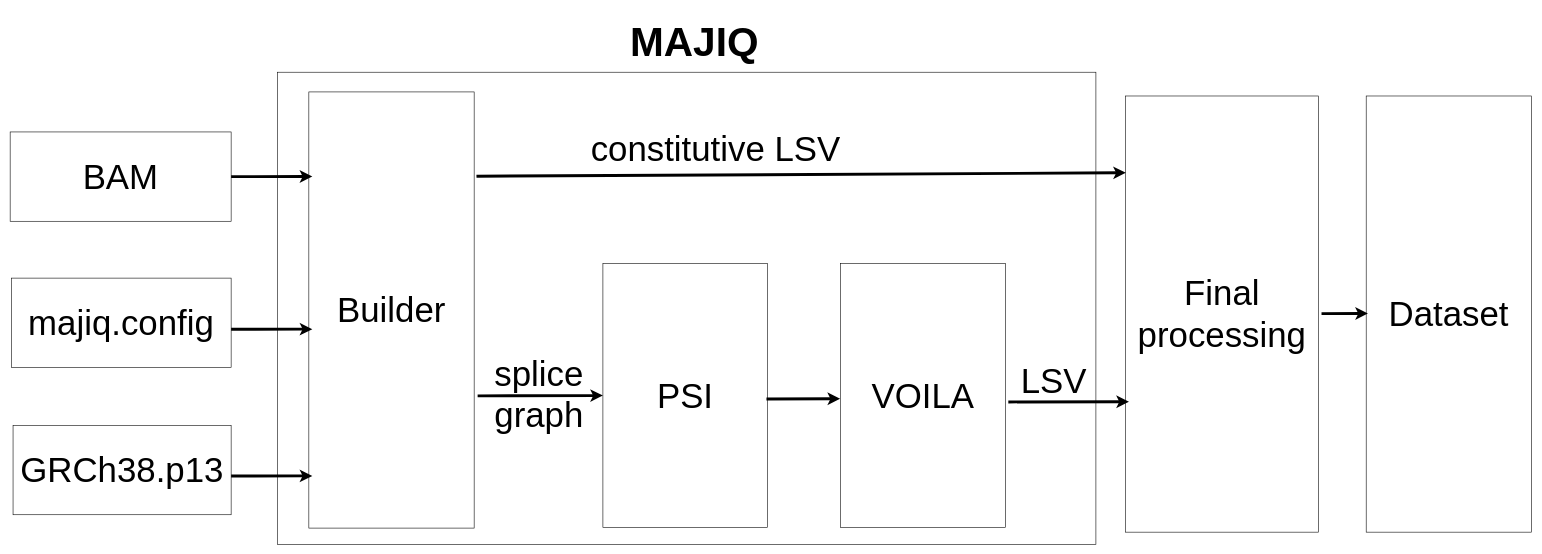
arnegebert/splicing keeps this draw.io diagram as page "MAJIQ" (4 of 6) of visualizations/ch4-methods/visualizations.drawio. Above is the earlier version. Source tidied: cells renumbered, new cells numbered last; positions are measured from the earlier drawing's top-left corner, leaving out a move shared by most shapes. Both pictures are drawn from the tidied source at 58%, with x=0, y=0 at pixel (10, 10).
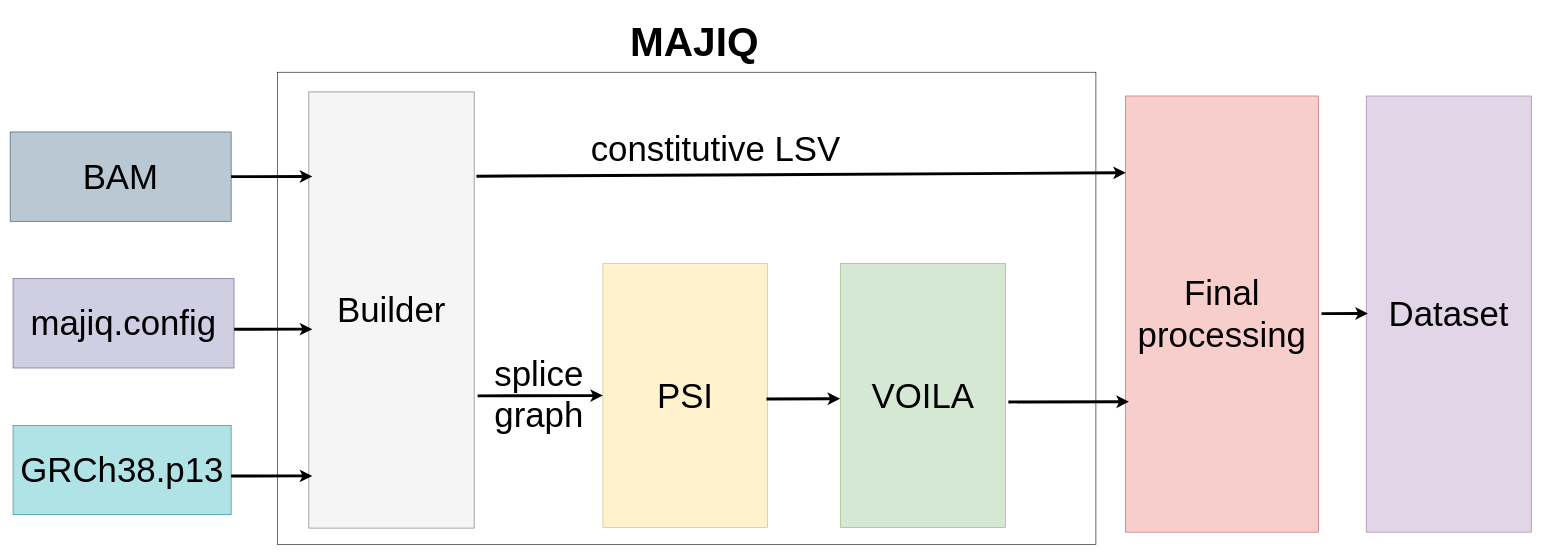
The same diagram, later.

Change to the diagram source:
```diff
@@
-    <mxCell id="3" style="rounded=0;whiteSpace=wrap;html=1;fillColor=none;" parent="1" vertex="1">
+    <mxCell id="3" style="rounded=0;whiteSpace=wrap;html=1;" parent="1" vertex="1">
       <mxGeometry x="461" y="107" width="1411" height="814" as="geometry" />
     </mxCell>
-    <mxCell id="4" value="&lt;span style=&quot;color: rgb(0 , 0 , 0) ; font-family: &amp;#34;helvetica&amp;#34; ; font-size: 60px ; font-style: normal ; font-weight: 400 ; letter-spacing: normal ; text-align: center ; text-indent: 0px ; text-transform: none ; word-spacing: 0px ; display: inline ; float: none&quot;&gt;BAM&lt;/span&gt;" style="rounded=0;whiteSpace=wrap;html=1;" parent="1" vertex="1">
+    <mxCell id="4" value="&lt;span style=&quot;color: rgb(0 , 0 , 0) ; font-family: &amp;#34;helvetica&amp;#34; ; font-size: 60px ; font-style: normal ; font-weight: 400 ; letter-spacing: normal ; text-align: center ; text-indent: 0px ; text-transform: none ; word-spacing: 0px ; display: inline ; float: none&quot;&gt;BAM&lt;/span&gt;" style="rounded=0;whiteSpace=wrap;html=1;fillColor=#bac8d3;strokeColor=#23445d;" parent="1" vertex="1">
       <mxGeometry y="210" width="381" height="154" as="geometry" />
     </mxCell>
-    <mxCell id="5" value="&lt;span style=&quot;color: rgb(0 , 0 , 0) ; font-family: &amp;#34;helvetica&amp;#34; ; font-size: 60px ; font-style: normal ; font-weight: 400 ; letter-spacing: normal ; text-align: center ; text-indent: 0px ; text-transform: none ; word-spacing: 0px ; display: inline ; float: none ; background-color: rgb(255 , 255 , 255)&quot;&gt;majiq.config&lt;/span&gt;" style="rounded=0;whiteSpace=wrap;html=1;" parent="1" vertex="1">
-      <mxGeometry x="2" y="462" width="379" height="154" as="geometry" />
-    </mxCell>
-    <mxCell id="6" value="&lt;span style=&quot;font-size: 60px&quot;&gt;GRCh38.p13&lt;/span&gt;" style="rounded=0;whiteSpace=wrap;html=1;" parent="1" vertex="1">
+    <mxCell id="6" value="&lt;span style=&quot;font-size: 60px&quot;&gt;GRCh38.p13&lt;/span&gt;" style="rounded=0;whiteSpace=wrap;html=1;fillColor=#b0e3e6;strokeColor=#0e8088;" parent="1" vertex="1">
       <mxGeometry x="5" y="716" width="376" height="154" as="geometry" />
     </mxCell>
-    <mxCell id="7" value="&lt;span style=&quot;color: rgb(0 , 0 , 0) ; font-family: &amp;#34;helvetica&amp;#34; ; font-size: 60px ; font-style: normal ; font-weight: 400 ; letter-spacing: normal ; text-align: center ; text-indent: 0px ; text-transform: none ; word-spacing: 0px ; display: inline ; float: none&quot;&gt;Builder&lt;/span&gt;" style="rounded=0;whiteSpace=wrap;html=1;direction=south;" parent="1" vertex="1">
+    <mxCell id="7" value="&lt;span style=&quot;color: rgb(0 , 0 , 0) ; font-family: &amp;#34;helvetica&amp;#34; ; font-size: 60px ; font-style: normal ; font-weight: 400 ; letter-spacing: normal ; text-align: center ; text-indent: 0px ; text-transform: none ; word-spacing: 0px ; display: inline ; float: none&quot;&gt;Builder&lt;/span&gt;" style="rounded=0;whiteSpace=wrap;html=1;direction=south;fillColor=#f5f5f5;strokeColor=#666666;fontColor=#333333;" parent="1" vertex="1">
       <mxGeometry x="515" y="141" width="285" height="752" as="geometry" />
     </mxCell>
-    <mxCell id="8" value="&lt;font style=&quot;font-size: 60px&quot;&gt;VOILA&lt;/font&gt;" style="rounded=0;whiteSpace=wrap;html=1;direction=south;" parent="1" vertex="1">
+    <mxCell id="8" value="&lt;font style=&quot;font-size: 60px&quot;&gt;VOILA&lt;/font&gt;" style="rounded=0;whiteSpace=wrap;html=1;direction=south;fillColor=#d5e8d4;strokeColor=#82b366;" parent="1" vertex="1">
       <mxGeometry x="1432" y="437" width="284" height="455" as="geometry" />
     </mxCell>
-    <mxCell id="9" value="&lt;span style=&quot;color: rgb(0 , 0 , 0) ; font-family: &amp;#34;helvetica&amp;#34; ; font-size: 60px ; font-style: normal ; font-weight: 400 ; letter-spacing: normal ; text-align: center ; text-indent: 0px ; text-transform: none ; word-spacing: 0px ; display: inline ; float: none&quot;&gt;Final&lt;/span&gt;&lt;br style=&quot;color: rgb(0 , 0 , 0) ; font-family: &amp;#34;helvetica&amp;#34; ; font-size: 60px ; font-style: normal ; font-weight: 400 ; letter-spacing: normal ; text-align: center ; text-indent: 0px ; text-transform: none ; word-spacing: 0px&quot;&gt;&lt;span style=&quot;color: rgb(0 , 0 , 0) ; font-family: &amp;#34;helvetica&amp;#34; ; font-size: 60px ; font-style: normal ; font-weight: 400 ; letter-spacing: normal ; text-align: center ; text-indent: 0px ; text-transform: none ; word-spacing: 0px ; display: inline ; float: none&quot;&gt;processing&lt;/span&gt;" style="rounded=0;whiteSpace=wrap;html=1;direction=south;" parent="1" vertex="1">
+    <mxCell id="9" value="&lt;span style=&quot;color: rgb(0 , 0 , 0) ; font-family: &amp;#34;helvetica&amp;#34; ; font-size: 60px ; font-style: normal ; font-weight: 400 ; letter-spacing: normal ; text-align: center ; text-indent: 0px ; text-transform: none ; word-spacing: 0px ; display: inline ; float: none&quot;&gt;Final&lt;/span&gt;&lt;br style=&quot;color: rgb(0 , 0 , 0) ; font-family: &amp;#34;helvetica&amp;#34; ; font-size: 60px ; font-style: normal ; font-weight: 400 ; letter-spacing: normal ; text-align: center ; text-indent: 0px ; text-transform: none ; word-spacing: 0px&quot;&gt;&lt;span style=&quot;color: rgb(0 , 0 , 0) ; font-family: &amp;#34;helvetica&amp;#34; ; font-size: 60px ; font-style: normal ; font-weight: 400 ; letter-spacing: normal ; text-align: center ; text-indent: 0px ; text-transform: none ; word-spacing: 0px ; display: inline ; float: none&quot;&gt;processing&lt;/span&gt;" style="rounded=0;whiteSpace=wrap;html=1;direction=south;fillColor=#f8cecc;strokeColor=#b85450;" parent="1" vertex="1">
       <mxGeometry x="1923" y="148" width="333" height="752" as="geometry" />
     </mxCell>
-    <mxCell id="10" value="&lt;font face=&quot;helvetica&quot;&gt;&lt;span style=&quot;font-size: 60px&quot;&gt;Dataset&lt;/span&gt;&lt;/font&gt;" style="rounded=0;whiteSpace=wrap;html=1;direction=south;" parent="1" vertex="1">
+    <mxCell id="10" value="&lt;font face=&quot;helvetica&quot;&gt;&lt;span style=&quot;font-size: 60px&quot;&gt;Dataset&lt;/span&gt;&lt;/font&gt;" style="rounded=0;whiteSpace=wrap;html=1;direction=south;fillColor=#e1d5e7;strokeColor=#9673a6;" parent="1" vertex="1">
       <mxGeometry x="2338" y="148" width="285" height="752" as="geometry" />
     </mxCell>
-    <mxCell id="11" value="&lt;font style=&quot;font-size: 60px&quot;&gt;PSI&lt;/font&gt;" style="rounded=0;whiteSpace=wrap;html=1;direction=south;" parent="1" vertex="1">
+    <mxCell id="11" value="&lt;font style=&quot;font-size: 60px&quot;&gt;PSI&lt;/font&gt;" style="rounded=0;whiteSpace=wrap;html=1;direction=south;fillColor=#fff2cc;strokeColor=#d6b656;" parent="1" vertex="1">
       <mxGeometry x="1022" y="437" width="284" height="455" as="geometry" />
     </mxCell>
@@
+    <mxCell id="5" value="&lt;span style=&quot;color: rgb(0 , 0 , 0) ; font-family: &amp;#34;helvetica&amp;#34; ; font-size: 60px ; font-style: normal ; font-weight: 400 ; letter-spacing: normal ; text-align: center ; text-indent: 0px ; text-transform: none ; word-spacing: 0px ; display: inline ; float: none&quot;&gt;majiq.config&lt;br&gt;&lt;/span&gt;" style="rounded=0;whiteSpace=wrap;html=1;fillColor=#d0cee2;strokeColor=#56517e;" parent="1" vertex="1">
+      <mxGeometry x="5" y="463" width="381" height="154" as="geometry" />
+    </mxCell>
```
